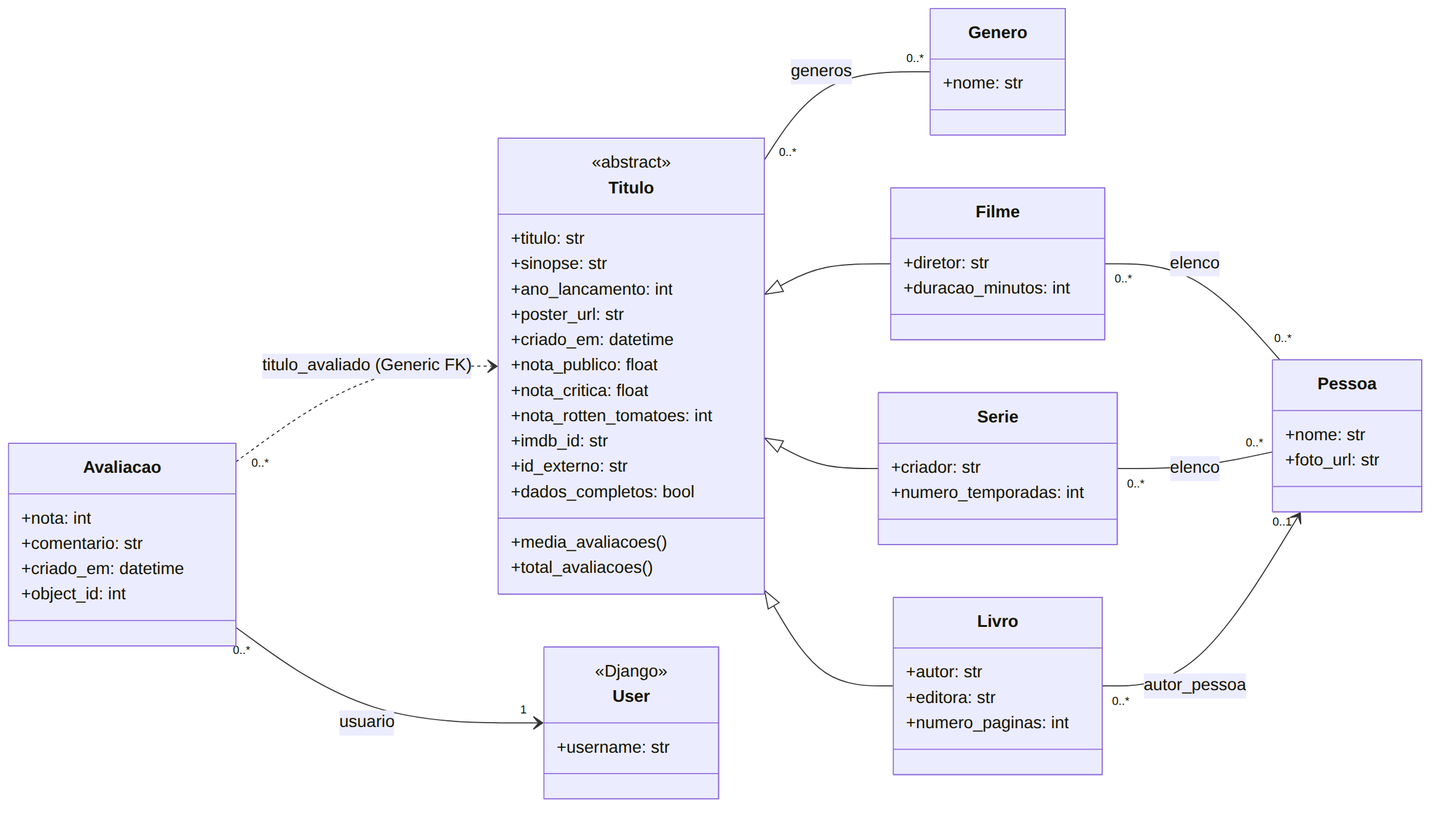
Earlier version of the Mermaid export docs/diagrama_classes.png (brNNzzz/cinebooks). Its source is kept beside it as docs/diagrama_classes.mmd.
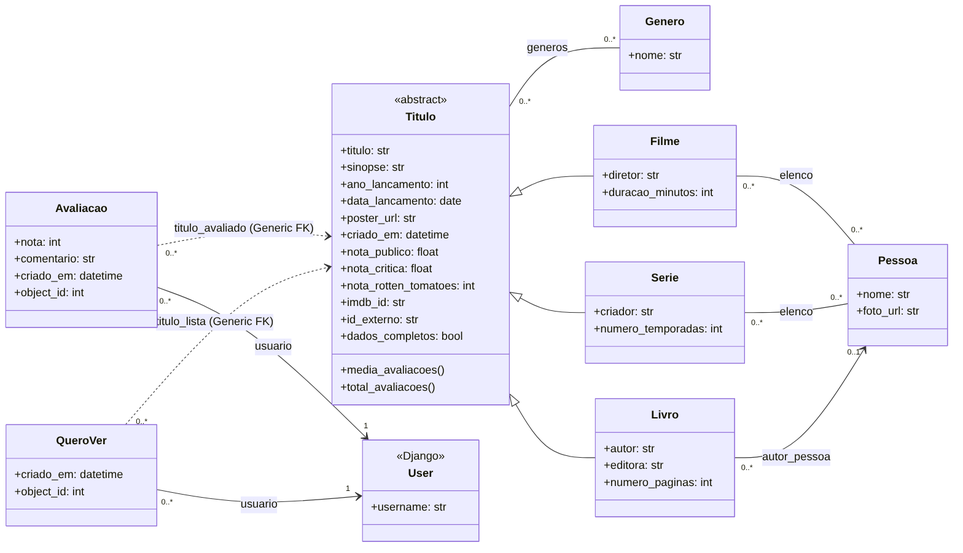
Above is the later version.

Commit message:
README melhorado, diagrama de classes atualizado

Change to the diagram source:
```diff
@@ -15,6 +15,7 @@
         +titulo: str
         +sinopse: str
         +ano_lancamento: int
+        +data_lancamento: date
         +poster_url: str
         +criado_em: datetime
         +nota_publico: float
@@ -50,6 +51,11 @@
         +object_id: int
     }
 
+    class QueroVer {
+        +criado_em: datetime
+        +object_id: int
+    }
+
     class User {
         <<Django>>
         +username: str
@@ -66,3 +72,6 @@
 
     Avaliacao "0..*" --> "1" User : usuario
     Avaliacao "0..*" ..> Titulo : titulo_avaliado (Generic FK)
+
+    QueroVer "0..*" --> "1" User : usuario
+    QueroVer "0..*" ..> Titulo : titulo_lista (Generic FK)
```
